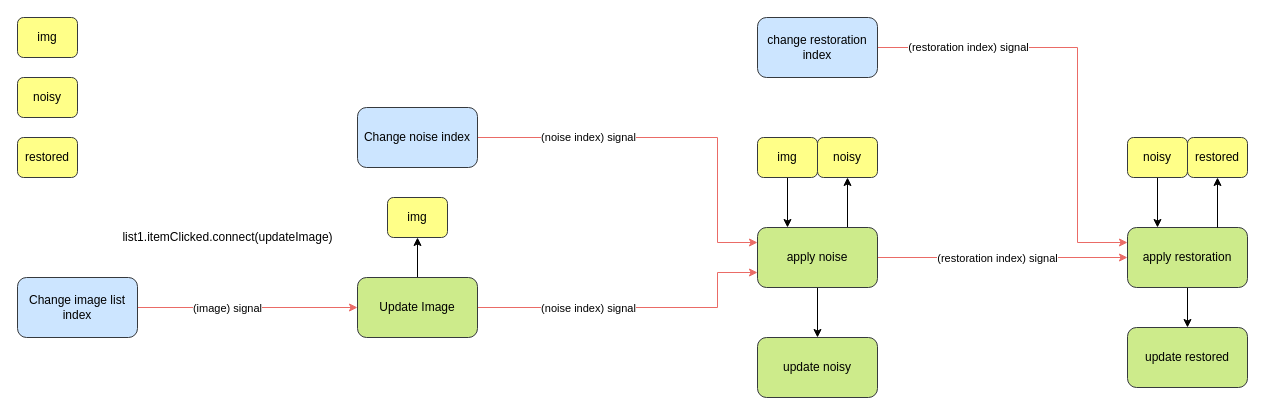
The draw.io diagram Hirearchy.drawio in HazemKelziye/NoiseRestorationApp, before the edit. Source tidied: cells renumbered, new cells numbered last; positions are measured from the earlier drawing's top-left corner, leaving out a move shared by most shapes. Both pictures are drawn from the tidied source at 100%, with x=0, y=0 at pixel (17, 17).
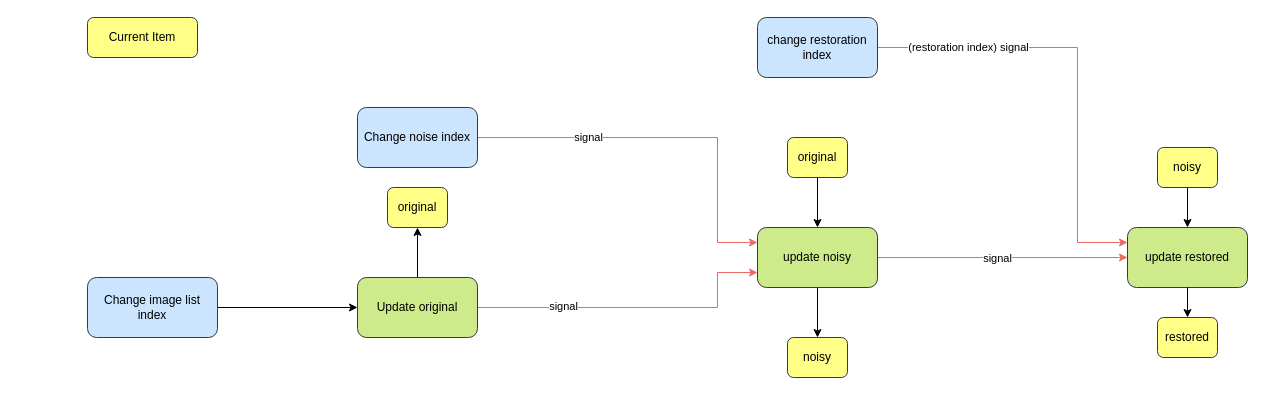
After the change.

The change refers to these unchanged cells:
```xml
<mxCell id="6" value="Change noise index" style="rounded=1;whiteSpace=wrap;html=1;fillColor=#cce5ff;strokeColor=#36393d;" parent="1" vertex="1">
  <mxGeometry x="340" y="90" width="120" height="60" as="geometry" />
</mxCell>
<mxCell id="7" style="edgeStyle=orthogonalEdgeStyle;rounded=0;jettySize=auto;html=1;fillColor=#ffcccc;strokeColor=#EA6B66;" parent="1" edge="1" source="11" target="13">
  <mxGeometry relative="1" as="geometry" />
</mxCell>
<mxCell id="29" style="edgeStyle=orthogonalEdgeStyle;rounded=0;jettySize=auto;html=1;entryX=0;entryY=0.75;entryDx=0;entryDy=0;strokeColor=#EA6B66;" parent="1" edge="1" source="32" target="11">
  <mxGeometry relative="1" as="geometry">
    <Array as="points">
      <mxPoint x="700" y="290" />
      <mxPoint x="700" y="255" />
    </Array>
  </mxGeometry>
</mxCell>
```

What changed in the source:
```diff
@@
-    <mxCell id="2" value="img" style="rounded=1;whiteSpace=wrap;html=1;fillColor=#ffff88;strokeColor=#36393d;" parent="1" vertex="1">
-      <mxGeometry x="370" y="180" width="60" height="40" as="geometry" />
+    <mxCell id="2" value="original" style="rounded=1;whiteSpace=wrap;html=1;fillColor=#ffff88;strokeColor=#36393d;" parent="1" vertex="1">
+      <mxGeometry x="370" y="170" width="60" height="40" as="geometry" />
     </mxCell>
-    <mxCell id="3" value="noisy" style="rounded=1;whiteSpace=wrap;html=1;fillColor=#ffff88;strokeColor=#36393d;" parent="1" vertex="1">
-      <mxGeometry y="60" width="60" height="40" as="geometry" />
-    </mxCell>
-    <mxCell id="4" value="restored" style="rounded=1;whiteSpace=wrap;html=1;fillColor=#ffff88;strokeColor=#36393d;" parent="1" vertex="1">
-      <mxGeometry y="120" width="60" height="40" as="geometry" />
-    </mxCell>
-    <mxCell id="5" value="(noise index) signal" style="edgeStyle=orthogonalEdgeStyle;rounded=0;jettySize=auto;html=1;strokeColor=#EA6B66;entryX=0;entryY=0.25;entryDx=0;entryDy=0;" parent="1" edge="1" source="6" target="11">
+    <mxCell id="5" value="signal" style="edgeStyle=orthogonalEdgeStyle;rounded=0;jettySize=auto;html=1;strokeColor=#EA6B66;entryX=0;entryY=0.25;entryDx=0;entryDy=0;" parent="1" edge="1" source="6" target="11">
       <mxGeometry x="-0.43" relative="1" as="geometry">
         <Array as="points">
           <mxPoint x="700" y="120" />
           <mxPoint x="700" y="225" />
         </Array>
         <mxPoint x="1" as="offset" />
       </mxGeometry>
     </mxCell>
@@
-    <mxCell id="8" value="(restoration index) signal" style="edgeLabel;html=1;align=center;verticalAlign=middle;" parent="7" vertex="1">
+    <mxCell id="8" value="signal" style="edgeLabel;html=1;align=center;verticalAlign=middle;" parent="7" vertex="1">
       <mxGeometry x="-0.18" y="2" relative="1" as="geometry">
         <mxPoint x="16" y="2" as="offset" />
       </mxGeometry>
     </mxCell>
-    <mxCell id="9" style="edgeStyle=orthogonalEdgeStyle;rounded=0;jettySize=auto;html=1;entryX=0.5;entryY=1;entryDx=0;entryDy=0;strokeColor=#000000;exitX=0.75;exitY=0;exitDx=0;exitDy=0;" parent="1" edge="1" source="11" target="19">
+    <mxCell id="9" style="edgeStyle=orthogonalEdgeStyle;rounded=0;jettySize=auto;html=1;entryX=0.5;entryY=1;entryDx=0;entryDy=0;strokeColor=#000000;exitX=0.5;exitY=1;exitDx=0;exitDy=0;" parent="1" edge="1" source="11" target="19">
       <mxGeometry relative="1" as="geometry" />
     </mxCell>
-    <mxCell id="10" style="edgeStyle=orthogonalEdgeStyle;rounded=0;jettySize=auto;html=1;entryX=0.5;entryY=0;entryDx=0;entryDy=0;strokeColor=#000000;" parent="1" edge="1" source="11" target="20">
-      <mxGeometry relative="1" as="geometry" />
-    </mxCell>
-    <mxCell id="11" value="apply noise" style="rounded=1;whiteSpace=wrap;html=1;fillColor=#cdeb8b;strokeColor=#36393d;" parent="1" vertex="1">
+    <mxCell id="11" value="update noisy" style="rounded=1;whiteSpace=wrap;html=1;fillColor=#cdeb8b;strokeColor=#36393d;" parent="1" vertex="1">
       <mxGeometry x="740" y="210" width="120" height="60" as="geometry" />
     </mxCell>
-    <mxCell id="12" style="edgeStyle=orthogonalEdgeStyle;rounded=0;jettySize=auto;html=1;entryX=0.5;entryY=0;entryDx=0;entryDy=0;strokeColor=#000000;" parent="1" edge="1" source="13" target="21">
-      <mxGeometry relative="1" as="geometry" />
-    </mxCell>
-    <mxCell id="13" value="apply restoration" style="rounded=1;whiteSpace=wrap;html=1;fillColor=#cdeb8b;strokeColor=#36393d;" parent="1" vertex="1">
+    <mxCell id="13" value="update restored" style="rounded=1;whiteSpace=wrap;html=1;fillColor=#cdeb8b;strokeColor=#36393d;" parent="1" vertex="1">
       <mxGeometry x="1110" y="210" width="120" height="60" as="geometry" />
     </mxCell>
@@
-    <mxCell id="17" style="edgeStyle=orthogonalEdgeStyle;rounded=0;jettySize=auto;html=1;entryX=0.25;entryY=0;entryDx=0;entryDy=0;" parent="1" edge="1" source="18" target="11">
+    <mxCell id="17" style="edgeStyle=orthogonalEdgeStyle;rounded=0;jettySize=auto;html=1;entryX=0.5;entryY=0;entryDx=0;entryDy=0;" parent="1" edge="1" source="18" target="11">
       <mxGeometry relative="1" as="geometry" />
     </mxCell>
-    <mxCell id="18" value="img" style="rounded=1;whiteSpace=wrap;html=1;fillColor=#ffff88;strokeColor=#36393d;" parent="1" vertex="1">
-      <mxGeometry x="740" y="120" width="60" height="40" as="geometry" />
+    <mxCell id="18" value="original" style="rounded=1;whiteSpace=wrap;html=1;fillColor=#ffff88;strokeColor=#36393d;" parent="1" vertex="1">
+      <mxGeometry x="770" y="120" width="60" height="40" as="geometry" />
     </mxCell>
-    <mxCell id="19" value="noisy" style="rounded=1;whiteSpace=wrap;html=1;fillColor=#ffff88;strokeColor=#36393d;" parent="1" vertex="1">
-      <mxGeometry x="800" y="120" width="60" height="40" as="geometry" />
+    <mxCell id="19" value="noisy" style="rounded=1;whiteSpace=wrap;html=1;fillColor=#ffff88;strokeColor=#36393d;direction=west;" parent="1" vertex="1">
+      <mxGeometry x="770" y="320" width="60" height="40" as="geometry" />
     </mxCell>
-    <mxCell id="20" value="update noisy" style="rounded=1;whiteSpace=wrap;html=1;fillColor=#cdeb8b;strokeColor=#36393d;" parent="1" vertex="1">
-      <mxGeometry x="740" y="320" width="120" height="60" as="geometry" />
-    </mxCell>
-    <mxCell id="21" value="update restored" style="rounded=1;whiteSpace=wrap;html=1;fillColor=#cdeb8b;strokeColor=#36393d;" parent="1" vertex="1">
-      <mxGeometry x="1110" y="310" width="120" height="60" as="geometry" />
-    </mxCell>
-    <mxCell id="22" style="edgeStyle=orthogonalEdgeStyle;rounded=0;jettySize=auto;html=1;entryX=0.5;entryY=1;entryDx=0;entryDy=0;strokeColor=#000000;exitX=0.75;exitY=0;exitDx=0;exitDy=0;" parent="1" edge="1" source="13" target="25">
+    <mxCell id="22" style="edgeStyle=orthogonalEdgeStyle;rounded=0;jettySize=auto;html=1;entryX=0.5;entryY=1;entryDx=0;entryDy=0;strokeColor=#000000;exitX=0.5;exitY=1;exitDx=0;exitDy=0;" parent="1" edge="1" source="13" target="25">
       <mxGeometry relative="1" as="geometry" />
     </mxCell>
-    <mxCell id="23" style="edgeStyle=orthogonalEdgeStyle;rounded=0;jettySize=auto;html=1;entryX=0.25;entryY=0;entryDx=0;entryDy=0;" parent="1" edge="1" source="24" target="13">
+    <mxCell id="23" style="edgeStyle=orthogonalEdgeStyle;rounded=0;jettySize=auto;html=1;entryX=0.5;entryY=0;entryDx=0;entryDy=0;" parent="1" edge="1" source="24" target="13">
       <mxGeometry relative="1" as="geometry" />
     </mxCell>
     <mxCell id="24" value="noisy" style="rounded=1;whiteSpace=wrap;html=1;fillColor=#ffff88;strokeColor=#36393d;" parent="1" vertex="1">
-      <mxGeometry x="1110" y="120" width="60" height="40" as="geometry" />
+      <mxGeometry x="1140" y="130" width="60" height="40" as="geometry" />
     </mxCell>
-    <mxCell id="25" value="restored" style="rounded=1;whiteSpace=wrap;html=1;fillColor=#ffff88;strokeColor=#36393d;" parent="1" vertex="1">
-      <mxGeometry x="1170" y="120" width="60" height="40" as="geometry" />
+    <mxCell id="25" value="restored" style="rounded=1;whiteSpace=wrap;html=1;fillColor=#ffff88;strokeColor=#36393d;direction=west;" parent="1" vertex="1">
+      <mxGeometry x="1140" y="300" width="60" height="40" as="geometry" />
     </mxCell>
-    <mxCell id="26" style="edgeStyle=orthogonalEdgeStyle;rounded=0;jettySize=auto;html=1;entryX=0;entryY=0.5;entryDx=0;entryDy=0;strokeColor=#EA6B66;" parent="1" edge="1" source="28" target="32">
+    <mxCell id="26" style="edgeStyle=orthogonalEdgeStyle;rounded=0;jettySize=auto;html=1;strokeColor=#000000;" parent="1" edge="1" source="28" target="32">
       <mxGeometry relative="1" as="geometry" />
     </mxCell>
-    <mxCell id="27" value="(image) signal" style="edgeLabel;html=1;align=center;verticalAlign=middle;" parent="26" vertex="1">
-      <mxGeometry x="-0.31" y="-2" relative="1" as="geometry">
-        <mxPoint x="13" y="-2" as="offset" />
-      </mxGeometry>
-    </mxCell>
     <mxCell id="28" value="Change image list index" style="rounded=1;whiteSpace=wrap;html=1;fillColor=#cce5ff;strokeColor=#36393d;" parent="1" vertex="1">
-      <mxGeometry y="260" width="120" height="60" as="geometry" />
+      <mxGeometry x="70" y="260" width="130" height="60" as="geometry" />
     </mxCell>
@@
-    <mxCell id="30" value="(noise index) signal" style="edgeLabel;html=1;align=center;verticalAlign=middle;" parent="29" vertex="1">
-      <mxGeometry x="-0.5" y="2" relative="1" as="geometry">
-        <mxPoint x="31" y="2" as="offset" />
-      </mxGeometry>
-    </mxCell>
+    <mxCell id="35" value="signal" style="edgeLabel;html=1;align=center;verticalAlign=middle;" parent="29" vertex="1">
+      <mxGeometry x="-0.46" y="2" relative="1" as="geometry" />
+    </mxCell>
@@
-    <mxCell id="32" value="Update Image" style="rounded=1;whiteSpace=wrap;html=1;fillColor=#cdeb8b;strokeColor=#36393d;" parent="1" vertex="1">
+    <mxCell id="32" value="Update original" style="rounded=1;whiteSpace=wrap;html=1;fillColor=#cdeb8b;strokeColor=#36393d;" parent="1" vertex="1">
       <mxGeometry x="340" y="260" width="120" height="60" as="geometry" />
     </mxCell>
-    <mxCell id="33" value="img" style="rounded=1;whiteSpace=wrap;html=1;fillColor=#ffff88;strokeColor=#36393d;" parent="1" vertex="1">
-      <mxGeometry width="60" height="40" as="geometry" />
+    <mxCell id="33" value="Current Item" style="rounded=1;whiteSpace=wrap;html=1;fillColor=#ffff88;strokeColor=#36393d;" parent="1" vertex="1">
+      <mxGeometry x="70" width="110" height="40" as="geometry" />
     </mxCell>
-    <mxCell id="34" value="list1.itemClicked.connect(updateImage)" style="text;html=1;align=center;verticalAlign=middle;strokeColor=none;fillColor=none;" parent="1" vertex="1">
-      <mxGeometry x="95" y="210" width="230" height="20" as="geometry" />
-    </mxCell>
```
